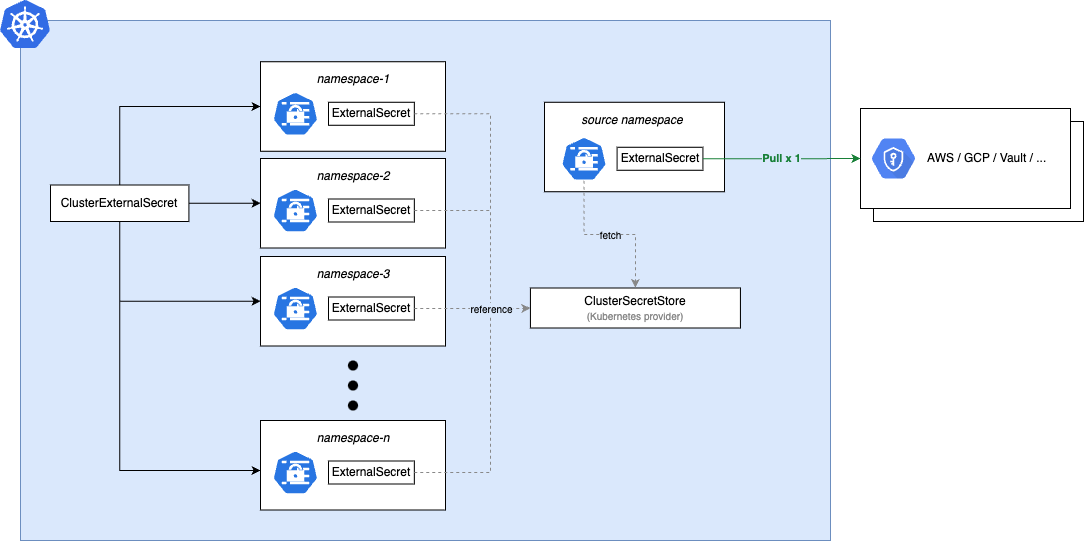
external-secrets/external-secrets keeps this draw.io diagram as docs/pictures/diagrams-ces-fanout-pattern.png. Above is the earlier version. Source tidied: cells renumbered, new cells last; positions are measured from the earlier drawing's top-left corner, leaving out a move shared by most shapes.
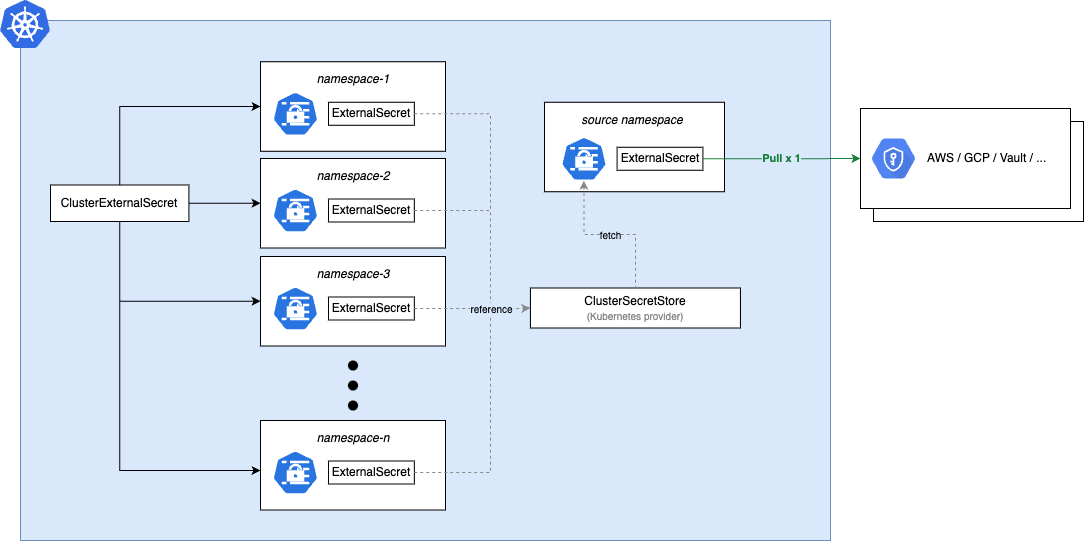
The same diagram one commit later.

The edit, as a diff of the source:
```diff
@@ -38,7 +38,7 @@
     <mxCell id="13" value="ClusterSecretStore&lt;br&gt;&lt;font style=&quot;font-size: 10px;&quot; color=&quot;#888888&quot;&gt;(Kubernetes provider)&lt;/font&gt;" style="text;html=1;whiteSpace=wrap;strokeColor=light-dark(#000000,#000000);fillColor=light-dark(#FFFFFF,#FFFFFF);align=center;verticalAlign=middle;rounded=0;fontColor=light-dark(#000000,#000000);" parent="1" vertex="1">
       <mxGeometry x="529.9" y="287.5" width="210" height="40" as="geometry" />
     </mxCell>
-    <mxCell id="14" value="&lt;span style=&quot;background-color: rgb(218, 232, 252);&quot;&gt;fetch&lt;/span&gt;" style="edgeStyle=orthogonalEdgeStyle;rounded=0;jettySize=auto;html=1;exitX=0.5;exitY=1;exitDx=0;exitDy=0;entryX=0.5;entryY=0;entryDx=0;entryDy=0;dashed=1;strokeColor=#888888;fontColor=#000000;fontSize=10;labelBackgroundColor=none;exitPerimeter=0;" parent="1" edge="1" source="5" target="13">
+    <mxCell id="14" value="&lt;span style=&quot;background-color: rgb(218, 232, 252);&quot;&gt;fetch&lt;/span&gt;" style="edgeStyle=orthogonalEdgeStyle;rounded=0;jettySize=auto;html=1;exitX=0.5;exitY=1;exitDx=0;exitDy=0;entryX=0.5;entryY=0;entryDx=0;entryDy=0;dashed=1;strokeColor=#888888;fontColor=#000000;fontSize=10;labelBackgroundColor=none;exitPerimeter=0;startArrow=classic;startFill=1;endArrow=none;endFill=0;" parent="1" edge="1" source="5" target="13">
       <mxGeometry x="0.01" relative="1" as="geometry" />
     </mxCell>
     <mxCell id="15" value="ClusterExternalSecret" style="text;html=1;whiteSpace=wrap;strokeColor=light-dark(#000000,#000000);fillColor=light-dark(#FFFFFF,#FFFFFF);align=center;verticalAlign=middle;rounded=0;fontColor=light-dark(#000000,#000000);" parent="1" vertex="1">
```
